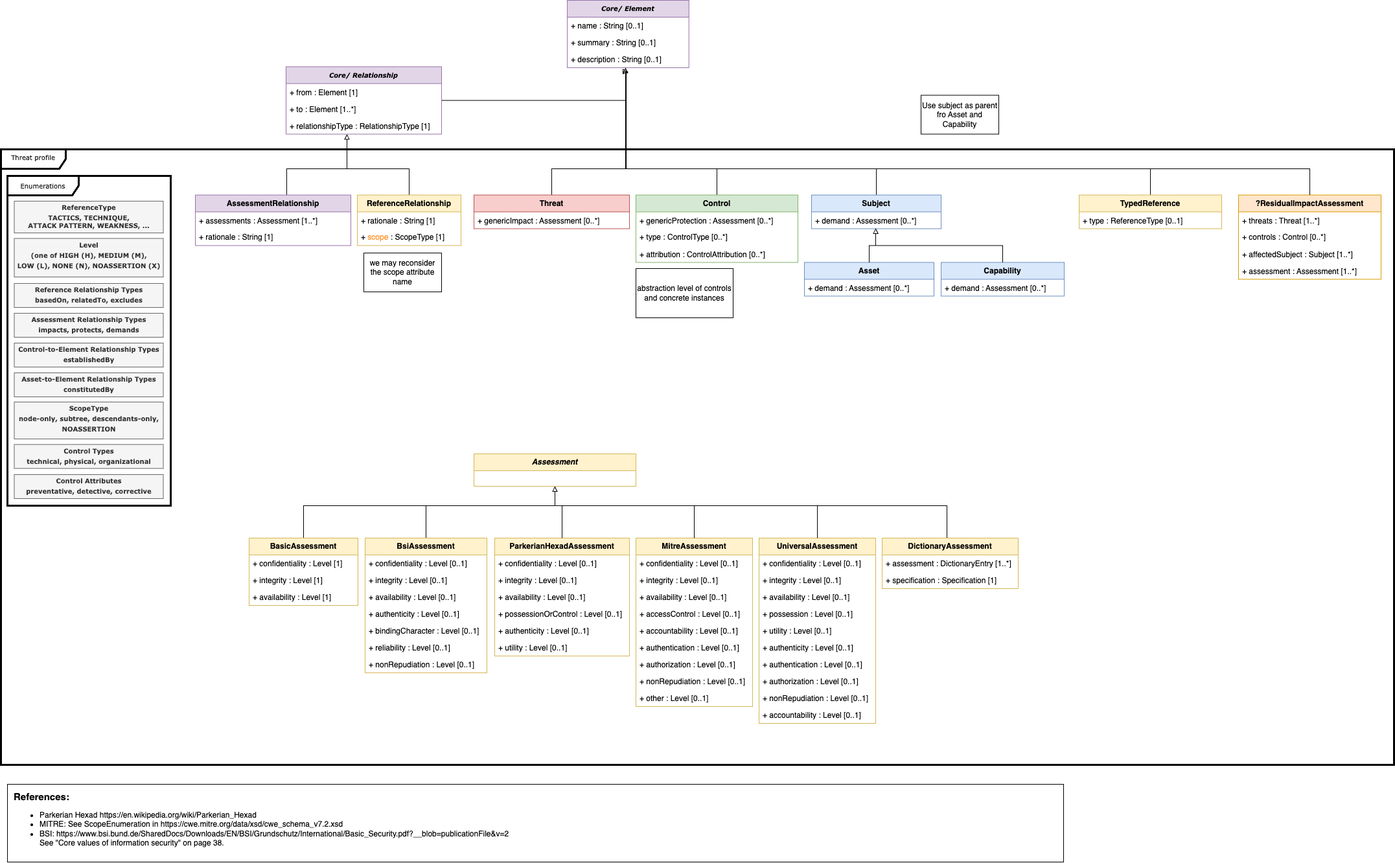
Above: images/model-Threat.png in spdx/spdx-3-model (draw.io), before the change. Source tidied: cells renumbered, new cells last; positions are measured from the earlier drawing's top-left corner, leaving out a move shared by most shapes.
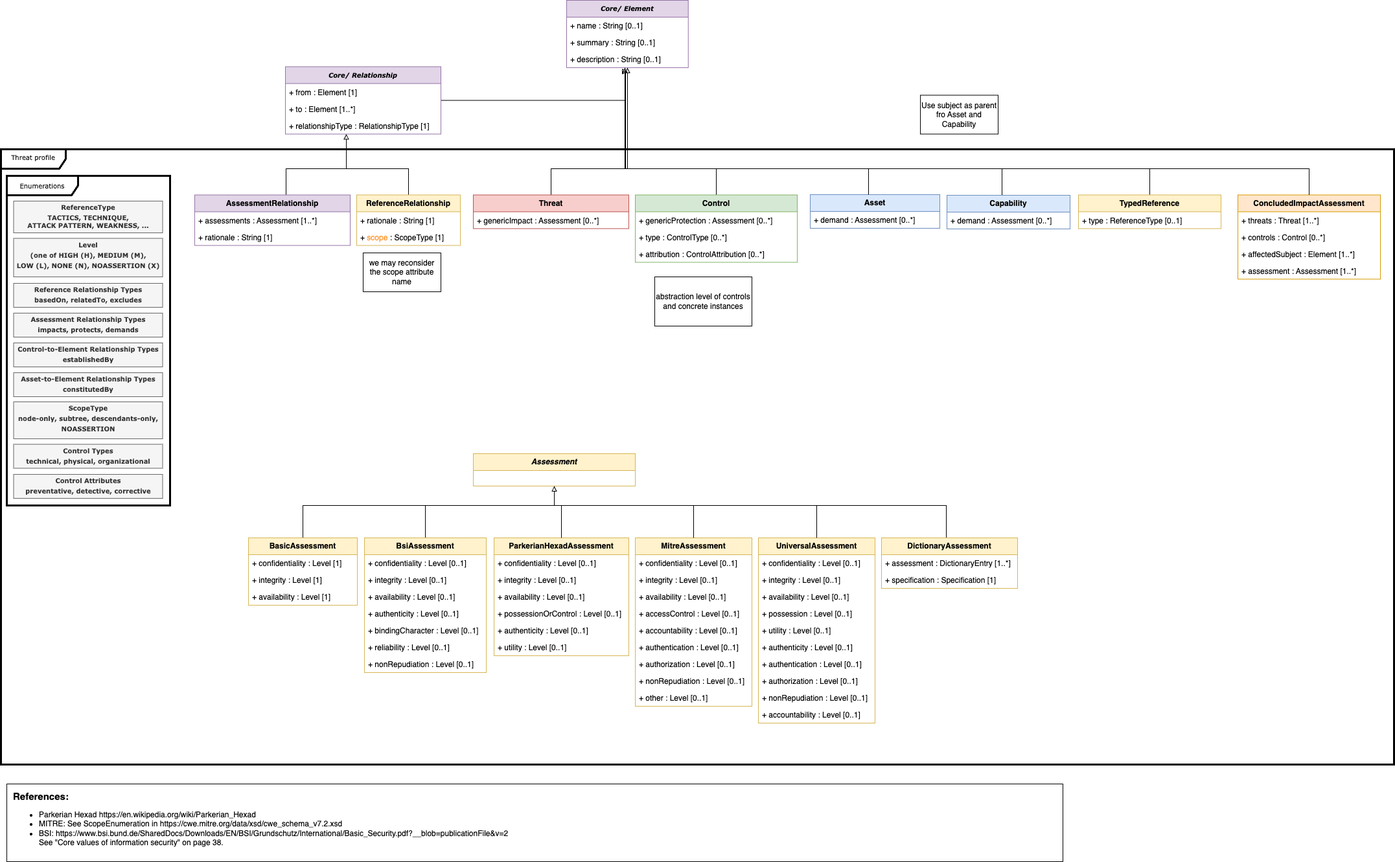
The same file after the commit.

Change to the diagram source:
```diff
@@ -3,7 +3,7 @@
     <mxCell id="0" />
     <mxCell id="1" parent="0" />
     <mxCell id="2" value="Threat profile" style="shape=umlFrame;whiteSpace=wrap;html=1;width=100;height=30;strokeWidth=3;fontFamily=Verdana;fontSize=10;verticalAlign=top;" parent="1" vertex="1">
-      <mxGeometry y="230" width="2150" height="950" as="geometry" />
+      <mxGeometry x="1" y="230" width="2150" height="950" as="geometry" />
     </mxCell>
     <mxCell id="3" value="Core/ Element " style="swimlane;fontStyle=3;horizontal=1;startSize=26;fillColor=#e1d5e7;strokeColor=#9673a6;fontFamily=Verdana;fontSize=10;" parent="1" vertex="1">
       <mxGeometry x="874" width="187.8" height="104" as="geometry" />
@@ -316,21 +316,21 @@
     <mxCell id="86" value="&lt;p style=&quot;margin: 4px 0px 0px ; text-align: center&quot;&gt;&lt;b&gt;Assessment Relationship Types&lt;/b&gt;&lt;/p&gt;&lt;p style=&quot;margin: 4px 0px 0px ; text-align: center&quot;&gt;&lt;b&gt;impacts, protects, demands&lt;/b&gt;&lt;/p&gt;" style="verticalAlign=top;align=left;overflow=fill;fontSize=10;fontFamily=Verdana;html=1;fillColor=#f5f5f5;strokeColor=#666666;fontColor=#333333;fontStyle=0;" parent="1" vertex="1">
       <mxGeometry x="20.5" y="483" width="230" height="37" as="geometry" />
     </mxCell>
-    <mxCell id="87" style="edgeStyle=orthogonalEdgeStyle;rounded=0;jettySize=auto;html=1;endArrow=block;endFill=0;exitX=0.5;exitY=0;exitDx=0;exitDy=0;" parent="1" edge="1" source="105">
+    <mxCell id="87" style="edgeStyle=orthogonalEdgeStyle;rounded=0;jettySize=auto;html=1;endArrow=block;endFill=0;exitX=0.5;exitY=0;exitDx=0;exitDy=0;" parent="1" edge="1" source="92">
       <mxGeometry relative="1" as="geometry">
         <mxPoint x="964" y="104" as="targetPoint" />
         <Array as="points">
-          <mxPoint x="1351" y="260" />
+          <mxPoint x="1546" y="260" />
           <mxPoint x="964" y="260" />
         </Array>
       </mxGeometry>
     </mxCell>
     <mxCell id="88" value="&lt;b&gt;Asset&lt;/b&gt;" style="swimlane;fontStyle=0;horizontal=1;startSize=26;fillColor=#dae8fc;whiteSpace=wrap;html=1;strokeColor=#6c8ebf;" parent="1" vertex="1">
-      <mxGeometry x="1240" y="404.5" width="200" height="52" as="geometry" />
+      <mxGeometry x="1250" y="300" width="200" height="52" as="geometry" />
     </mxCell>
-    <mxCell id="89" value="&lt;div&gt;+ demand : Assessment [0..*]&lt;/div&gt;" style="text;strokeColor=none;fillColor=none;align=left;verticalAlign=top;spacingLeft=4;spacingRight=4;overflow=hidden;whiteSpace=wrap;html=1;" parent="88" vertex="1">
-      <mxGeometry y="26" width="200" height="26" as="geometry" />
-    </mxCell>
+    <mxCell id="110" value="&lt;div&gt;+ demand : Assessment [0..*]&lt;/div&gt;" style="text;strokeColor=none;fillColor=none;align=left;verticalAlign=top;spacingLeft=4;spacingRight=4;overflow=hidden;whiteSpace=wrap;html=1;" parent="88" vertex="1">
+      <mxGeometry y="26" width="200" height="26" as="geometry" />
+    </mxCell>
     <mxCell id="90" value="&lt;p style=&quot;margin: 4px 0px 0px ; text-align: center&quot;&gt;&lt;b&gt;Control-to-Element Relationship Types&lt;/b&gt;&lt;/p&gt;&lt;p style=&quot;margin: 4px 0px 0px ; text-align: center&quot;&gt;&lt;b&gt;establishedBy&lt;/b&gt;&lt;/p&gt;" style="verticalAlign=top;align=left;overflow=fill;fontSize=10;fontFamily=Verdana;html=1;fillColor=#f5f5f5;strokeColor=#666666;fontColor=#333333;fontStyle=0;" parent="1" vertex="1">
       <mxGeometry x="20.5" y="529" width="230" height="37" as="geometry" />
     </mxCell>
@@ -338,7 +338,7 @@
       <mxGeometry x="20.5" y="575" width="230" height="37" as="geometry" />
     </mxCell>
     <mxCell id="92" value="&lt;b&gt;Capability&lt;/b&gt;" style="swimlane;fontStyle=0;horizontal=1;startSize=26;fillColor=#dae8fc;whiteSpace=wrap;html=1;strokeColor=#6c8ebf;" parent="1" vertex="1">
-      <mxGeometry x="1451" y="404.5" width="190" height="52" as="geometry" />
+      <mxGeometry x="1461" y="301" width="190" height="52" as="geometry" />
     </mxCell>
     <mxCell id="93" value="&lt;div&gt;+ demand : Assessment [0..*]&lt;/div&gt;" style="text;strokeColor=none;fillColor=none;align=left;verticalAlign=top;spacingLeft=4;spacingRight=4;overflow=hidden;whiteSpace=wrap;html=1;" parent="92" vertex="1">
       <mxGeometry y="26" width="190" height="26" as="geometry" />
@@ -356,9 +356,9 @@
       <mxGeometry x="20.5" y="732" width="230" height="37" as="geometry" />
     </mxCell>
     <mxCell id="98" value="abstraction level of controls and concrete instances" style="rounded=0;whiteSpace=wrap;html=1;" parent="1" vertex="1">
-      <mxGeometry x="980" y="414" width="150" height="76" as="geometry" />
+      <mxGeometry x="1010" y="427" width="150" height="76" as="geometry" />
     </mxCell>
-    <mxCell id="99" value="&lt;b&gt;?ResidualImpactAssessment&lt;/b&gt;" style="swimlane;fontStyle=0;horizontal=1;startSize=26;fillColor=#ffe6cc;whiteSpace=wrap;html=1;strokeColor=#d79b00;" parent="1" vertex="1">
+    <mxCell id="99" value="&lt;b&gt;ConcludedImpactAssessment&lt;/b&gt;" style="swimlane;fontStyle=0;horizontal=1;startSize=26;fillColor=#ffe6cc;whiteSpace=wrap;html=1;strokeColor=#d79b00;" parent="1" vertex="1">
       <mxGeometry x="1910" y="300.5" width="220" height="130" as="geometry" />
     </mxCell>
     <mxCell id="100" value="&lt;div&gt;+ threats : Threat [1..*]&lt;/div&gt;" style="text;strokeColor=none;fillColor=none;align=left;verticalAlign=top;spacingLeft=4;spacingRight=4;overflow=hidden;whiteSpace=wrap;html=1;" parent="99" vertex="1">
@@ -367,7 +367,7 @@
     <mxCell id="101" value="&lt;div&gt;+ controls : Control [0..*]&lt;/div&gt;&lt;div&gt;&lt;br&gt;&lt;/div&gt;" style="text;strokeColor=none;fillColor=none;align=left;verticalAlign=top;spacingLeft=4;spacingRight=4;overflow=hidden;whiteSpace=wrap;html=1;" parent="99" vertex="1">
       <mxGeometry y="52" width="220" height="26" as="geometry" />
     </mxCell>
-    <mxCell id="102" value="&lt;div&gt;+ affectedSubject : Subject [1..*]&lt;/div&gt;&lt;div&gt;&lt;br&gt;&lt;/div&gt;&lt;div&gt;&lt;br&gt;&lt;/div&gt;" style="text;strokeColor=none;fillColor=none;align=left;verticalAlign=top;spacingLeft=4;spacingRight=4;overflow=hidden;whiteSpace=wrap;html=1;" parent="99" vertex="1">
+    <mxCell id="102" value="&lt;div&gt;+ affectedSubject : Element [1..*]&lt;/div&gt;&lt;div&gt;&lt;br&gt;&lt;/div&gt;&lt;div&gt;&lt;br&gt;&lt;/div&gt;" style="text;strokeColor=none;fillColor=none;align=left;verticalAlign=top;spacingLeft=4;spacingRight=4;overflow=hidden;whiteSpace=wrap;html=1;" parent="99" vertex="1">
       <mxGeometry y="78" width="220" height="26" as="geometry" />
     </mxCell>
     <mxCell id="103" value="&lt;div&gt;+ assessment : Assessment [1..*]&lt;/div&gt;&lt;div&gt;&lt;br&gt;&lt;/div&gt;&lt;div&gt;&lt;br&gt;&lt;/div&gt;" style="text;strokeColor=none;fillColor=none;align=left;verticalAlign=top;spacingLeft=4;spacingRight=4;overflow=hidden;whiteSpace=wrap;html=1;" parent="99" vertex="1">
@@ -376,18 +376,14 @@
     <mxCell id="104" value="Use subject as parent fro Asset and Capability" style="rounded=0;whiteSpace=wrap;html=1;" parent="1" vertex="1">
       <mxGeometry x="1420" y="146.5" width="120" height="60" as="geometry" />
     </mxCell>
-    <mxCell id="105" value="&lt;b&gt;Subject&lt;/b&gt;" style="swimlane;fontStyle=0;horizontal=1;startSize=26;fillColor=#dae8fc;whiteSpace=wrap;html=1;strokeColor=#6c8ebf;" parent="1" vertex="1">
-      <mxGeometry x="1251" y="300.5" width="200" height="52" as="geometry" />
-    </mxCell>
-    <mxCell id="106" value="&lt;div&gt;+ demand : Assessment [0..*]&lt;/div&gt;" style="text;strokeColor=none;fillColor=none;align=left;verticalAlign=top;spacingLeft=4;spacingRight=4;overflow=hidden;points=[[0,0.5],[1,0.5]];portConstraint=eastwest;whiteSpace=wrap;html=1;" parent="105" vertex="1">
-      <mxGeometry y="26" width="200" height="26" as="geometry" />
-    </mxCell>
-    <mxCell id="107" style="rounded=0;jettySize=auto;html=1;entryX=0.495;entryY=0.973;entryDx=0;entryDy=0;entryPerimeter=0;endArrow=block;endFill=0;edgeStyle=orthogonalEdgeStyle;" parent="1" edge="1" source="88" target="106">
-      <mxGeometry relative="1" as="geometry" />
+    <mxCell id="107" style="rounded=0;jettySize=auto;html=1;endArrow=block;endFill=0;edgeStyle=orthogonalEdgeStyle;" parent="1" edge="1" source="88" target="3">
+      <mxGeometry relative="1" as="geometry">
+        <Array as="points">
+          <mxPoint x="1340" y="260" />
+          <mxPoint x="968" y="260" />
+        </Array>
+      </mxGeometry>
     </mxCell>
-    <mxCell id="108" style="edgeStyle=orthogonalEdgeStyle;rounded=0;jettySize=auto;html=1;entryX=0.495;entryY=0.973;entryDx=0;entryDy=0;entryPerimeter=0;endArrow=block;endFill=0;" parent="1" edge="1" source="92" target="106">
-      <mxGeometry relative="1" as="geometry" />
-    </mxCell>
     <mxCell id="109" style="edgeStyle=orthogonalEdgeStyle;rounded=0;jettySize=auto;html=1;endArrow=block;endFill=0;" parent="1" edge="1" source="99">
       <mxGeometry relative="1" as="geometry">
         <mxPoint x="968" y="110" as="targetPoint" />
```
